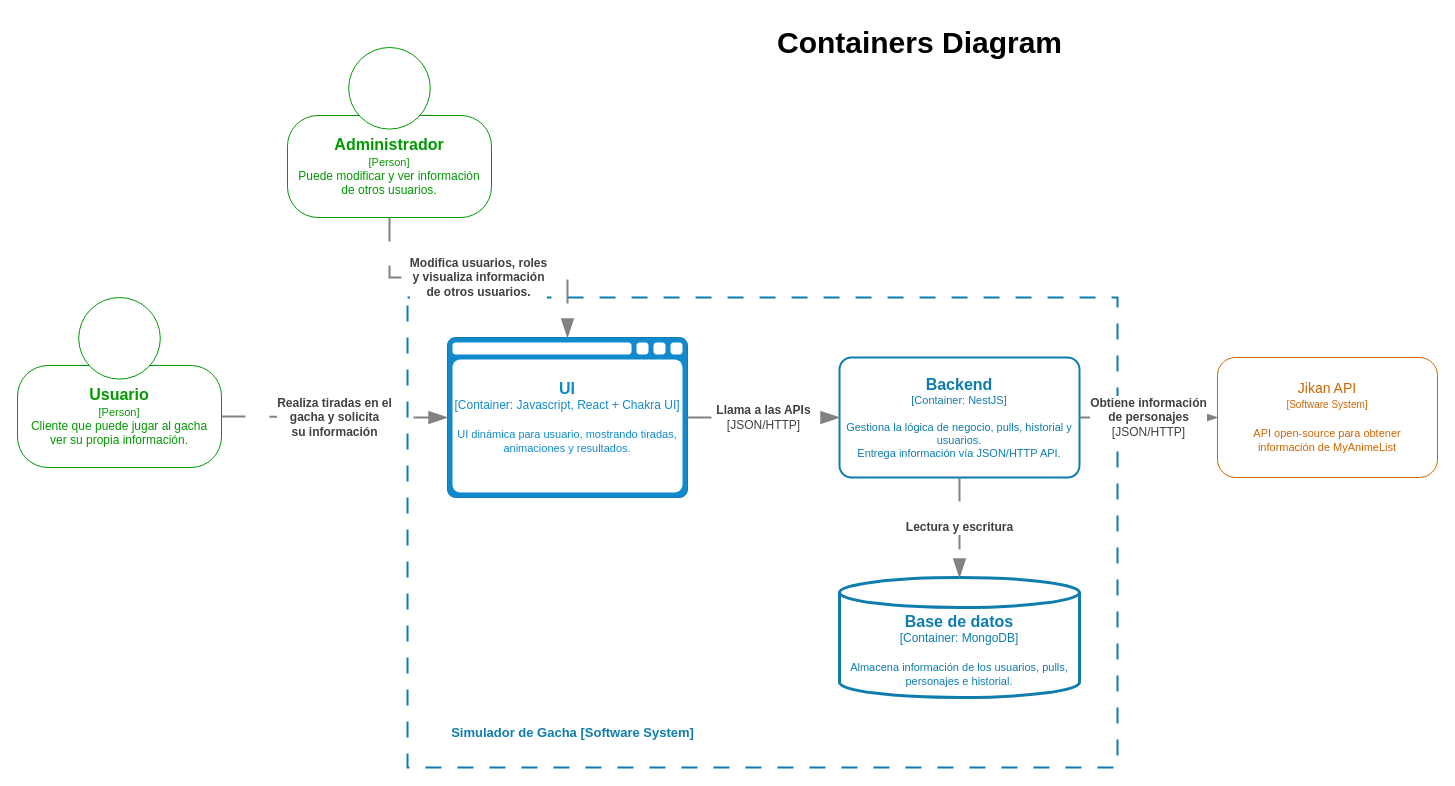
Earlier version of the draw.io diagram docs/C4 Containers.drawio (nicolasnna/gacha-simulator). Source tidied: cells renumbered, new cells numbered last; positions are measured from the earlier drawing's top-left corner, leaving out a move shared by most shapes. Both pictures are drawn from the tidied source at 100%, with x=0, y=0 at pixel (17, 17).
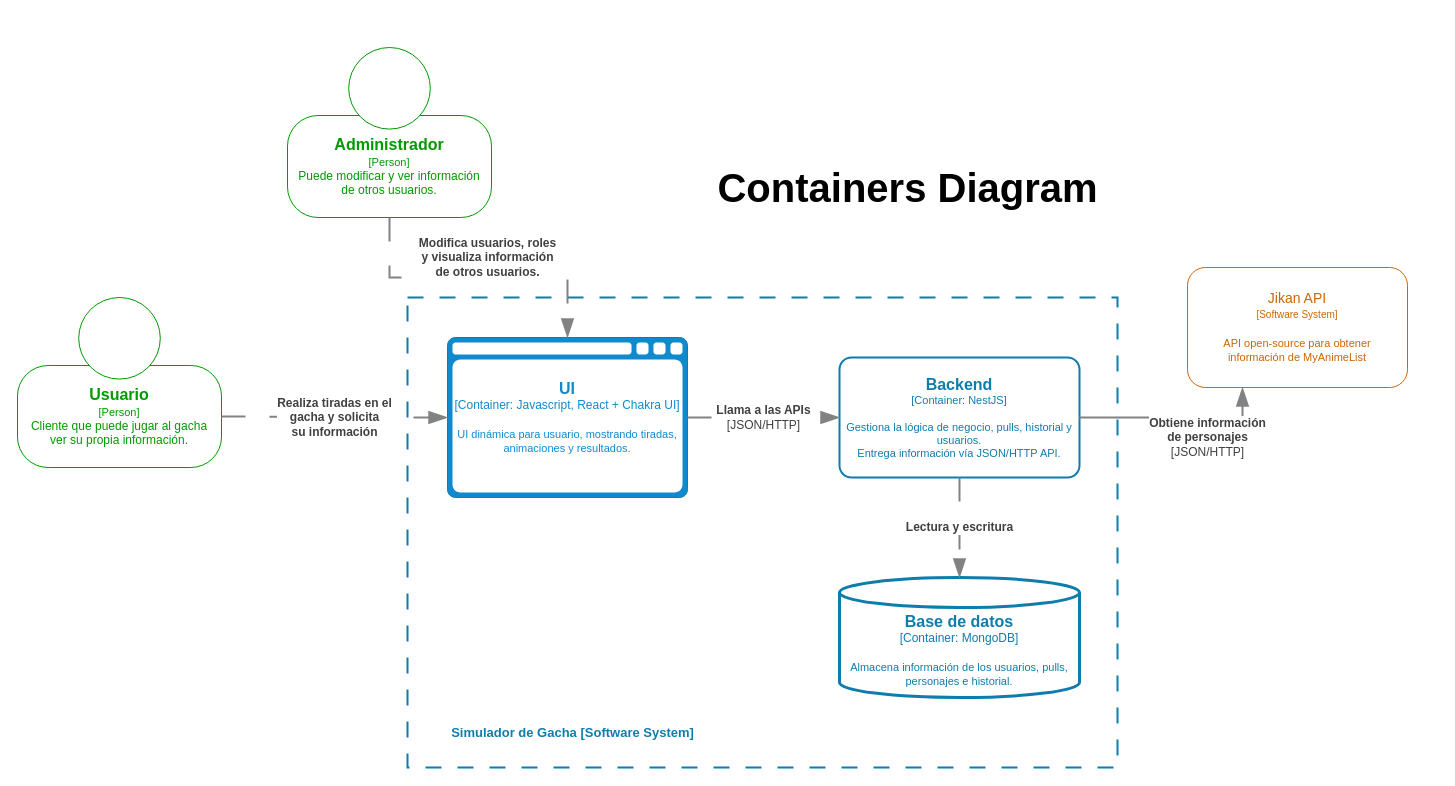
After the change.

The change refers to these unchanged cells:
```xml
<object id="7" label="&lt;font style=&quot;font-size: 16px&quot;&gt;&lt;b&gt;%c4Name%&lt;/b&gt;&lt;/font&gt;&lt;div&gt;[%c4Type%:&amp;nbsp;%c4Technology%]&lt;/div&gt;&lt;br&gt;&lt;div&gt;&lt;font style=&quot;font-size: 11px&quot;&gt;&lt;font&gt;%c4Description%&lt;/font&gt;&lt;/font&gt;&lt;/div&gt;" c4Description="UI dinámica para usuario, mostrando tiradas, animaciones y resultados." c4Name="UI" c4Technology="Javascript, React + Chakra UI" c4Type="Container" placeholders="1">
  <mxCell style="shape=mxgraph.c4.webBrowserContainer2;whiteSpace=wrap;html=1;boundedLbl=1;rounded=0;labelBackgroundColor=none;strokeColor=#118ACD;fillColor=none;strokeColor=#118ACD;strokeColor2=#0E7DAD;fontSize=12;fontColor=#118ACD;align=center;points=[[0.5,0,0],[1,0.25,0],[1,0.5,0],[1,0.75,0],[0.5,1,0],[0,0.75,0],[0,0.5,0],[0,0.25,0]];" parent="1" vertex="1">
    <mxGeometry x="430" y="320" width="240" height="160" as="geometry" />
  </mxCell>
</object>
<object id="9" label="&lt;font style=&quot;font-size: 16px&quot;&gt;&lt;b&gt;%c4Name%&lt;/b&gt;&lt;/font&gt;&lt;div&gt;[%c4Type%: %c4Technology%]&lt;/div&gt;&lt;br&gt;&lt;div&gt;&lt;font style=&quot;font-size: 11px&quot;&gt;&lt;font&gt;%c4Description%&lt;/font&gt;&lt;/font&gt;&lt;/div&gt;" c4Description="Gestiona la lógica de negocio, pulls, historial y usuarios.&#10;Entrega información vía JSON/HTTP API." c4Name="Backend" c4Technology="NestJS" c4Type="Container" placeholders="1">
  <mxCell style="rounded=1;whiteSpace=wrap;html=1;fontSize=11;labelBackgroundColor=none;fillColor=none;fontColor=#0E7DAD;align=center;arcSize=10;strokeColor=#0E7DAD;points=[[0.25,0,0],[0.5,0,0],[0.75,0,0],[1,0.25,0],[1,0.5,0],[1,0.75,0],[0.75,1,0],[0.5,1,0],[0.25,1,0],[0,0.75,0],[0,0.5,0],[0,0.25,0]];strokeWidth=2;" parent="1" vertex="1">
    <mxGeometry x="822" y="340" width="240" height="120" as="geometry" />
  </mxCell>
</object>
<mxCell id="14" value="&lt;font style=&quot;&quot;&gt;&lt;font style=&quot;font-size: 16px;&quot;&gt;&lt;b style=&quot;&quot;&gt;Administrador&lt;/b&gt;&lt;/font&gt;&lt;br&gt;&lt;font style=&quot;font-size: 11px;&quot;&gt;[Person]&lt;/font&gt;&lt;/font&gt;&lt;div&gt;&lt;font&gt;Puede modificar y ver información de otros usuarios.&lt;/font&gt;&lt;/div&gt;" style="rounded=1;whiteSpace=wrap;html=1;arcSize=30;strokeColor=#009900;fontColor=#009900;spacingLeft=10;spacingRight=10;spacing=2;" parent="13" vertex="1">
  <mxGeometry y="68" width="204" height="102" as="geometry" />
</mxCell>
```

What changed in the source:
```diff
@@
-    <mxCell id="3" value="Containers Diagram" style="text;html=1;align=center;verticalAlign=middle;strokeColor=none;fillColor=none;fontSize=30;fontStyle=1;" parent="1" vertex="1">
-      <mxGeometry x="757" width="290" height="50" as="geometry" />
+    <mxCell id="3" value="Containers Diagram" style="text;html=1;align=center;verticalAlign=middle;strokeColor=none;fillColor=none;fontSize=40;fontStyle=1;" parent="1" vertex="1">
+      <mxGeometry x="700" y="140" width="380" height="60" as="geometry" />
     </mxCell>
@@
     <object id="16" label="&lt;div style=&quot;text-align: left&quot;&gt;&lt;div style=&quot;text-align: center&quot;&gt;&lt;b&gt;%c4Description%&lt;/b&gt;&lt;/div&gt;&lt;/div&gt;" c4Description="Modifica usuarios, roles &#10;y visualiza información &#10;de otros usuarios." placeholders="1">
       <mxCell style="endArrow=blockThin;html=1;fontSize=12;fontColor=#404040;strokeWidth=2;endFill=1;strokeColor=#828282;elbow=vertical;endSize=14;startSize=14;jumpStyle=arc;jumpSize=16;rounded=0;edgeStyle=orthogonalEdgeStyle;exitX=0.5;exitY=1;exitDx=0;exitDy=0;dashed=1;dashPattern=12 12;" parent="1" edge="1" source="14" target="7">
-        <mxGeometry relative="1" as="geometry" />
+        <mxGeometry x="0.06" y="20" relative="1" as="geometry" />
       </mxCell>
     </object>
@@
     <mxCell id="18" value="&lt;div&gt;&lt;font style=&quot;font-size: 14px;&quot;&gt;Jikan API&lt;/font&gt;&lt;/div&gt;&lt;div&gt;&lt;font style=&quot;font-size: 10px;&quot;&gt;[Software System]&lt;/font&gt;&lt;/div&gt;&lt;div&gt;&lt;font style=&quot;font-size: 10px;&quot;&gt;&lt;br&gt;&lt;/font&gt;&lt;/div&gt;&lt;div&gt;&lt;font style=&quot;font-size: 11px;&quot;&gt;API open-source para obtener información de MyAnimeList&lt;/font&gt;&lt;/div&gt;" style="rounded=1;whiteSpace=wrap;html=1;strokeColor=#CC6600;fontColor=#CC6600;fontSize=12;spacingLeft=10;spacingRight=10;" parent="1" vertex="1">
-      <mxGeometry x="1200" y="340" width="220" height="120" as="geometry" />
+      <mxGeometry x="1170" y="250" width="220" height="120" as="geometry" />
     </mxCell>
     <object id="19" label="&lt;div style=&quot;text-align: left&quot;&gt;&lt;div style=&quot;text-align: center&quot;&gt;&lt;b&gt;%c4Description%&lt;/b&gt;&lt;/div&gt;&lt;div style=&quot;text-align: center&quot;&gt;[%c4Technology%]&lt;/div&gt;&lt;/div&gt;" c4Description="Obtiene información &#10;de personajes" c4Technology="JSON/HTTP" placeholders="1">
-      <mxCell style="endArrow=blockThin;html=1;fontSize=12;fontColor=#404040;strokeWidth=2;endFill=1;strokeColor=#828282;elbow=vertical;endSize=14;startSize=14;jumpStyle=arc;jumpSize=16;rounded=0;edgeStyle=orthogonalEdgeStyle;exitX=1;exitY=0.5;exitDx=0;exitDy=0;entryX=0;entryY=0.5;entryDx=0;entryDy=0;exitPerimeter=0;" parent="1" edge="1" source="9" target="18">
-        <mxGeometry relative="1" as="geometry" />
+      <mxCell style="endArrow=blockThin;html=1;fontSize=12;fontColor=#404040;strokeWidth=2;endFill=1;strokeColor=#828282;elbow=vertical;endSize=14;startSize=14;jumpStyle=arc;jumpSize=16;rounded=0;edgeStyle=orthogonalEdgeStyle;exitX=1;exitY=0.5;exitDx=0;exitDy=0;entryX=0.25;entryY=1;entryDx=0;entryDy=0;exitPerimeter=0;" parent="1" edge="1" source="9" target="18">
+        <mxGeometry x="0.33" y="-20" relative="1" as="geometry" />
       </mxCell>
     </object>
```
